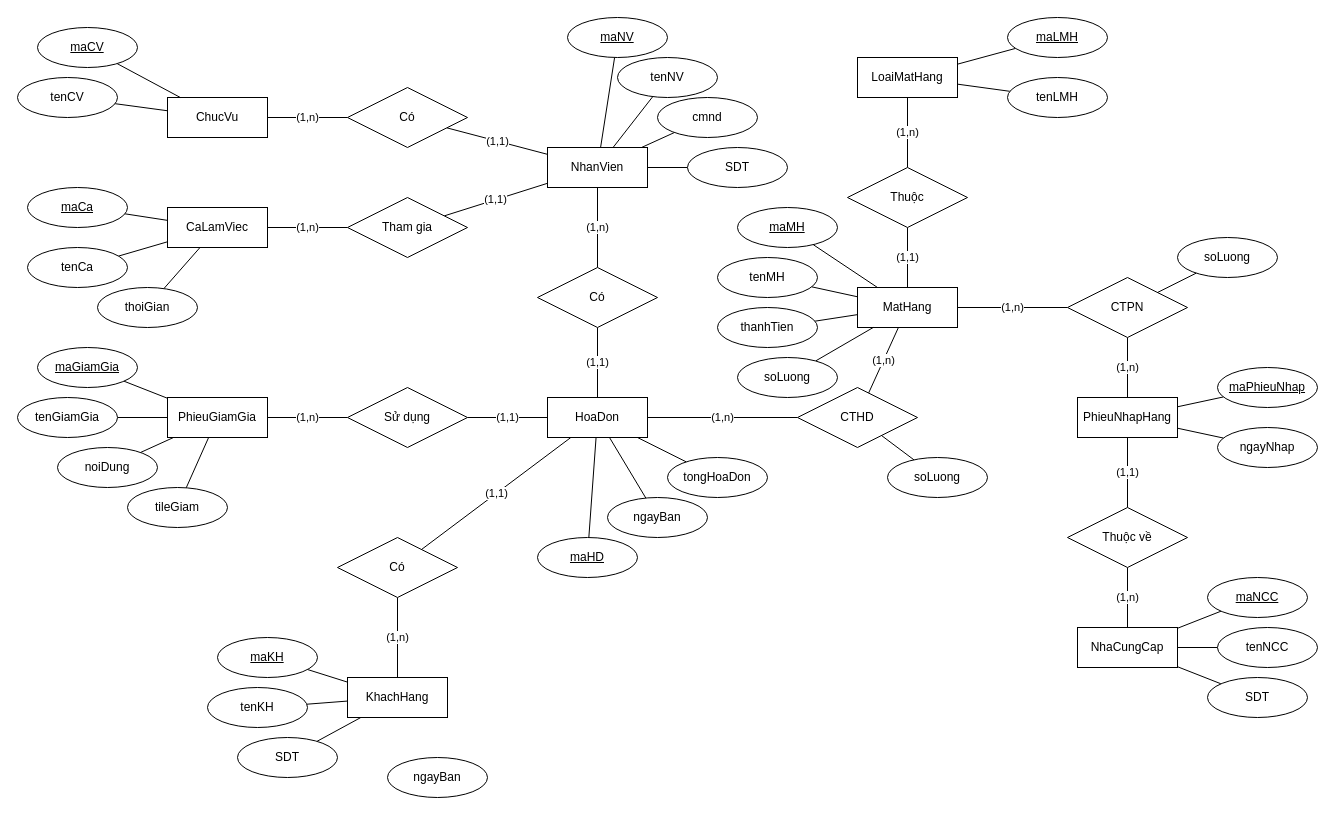
Above: DIG_ERD.drawio in EdgarIgnite16/OOAD-Project (draw.io), before the change. Source tidied: cells renumbered, new cells numbered last; positions are measured from the earlier drawing's top-left corner, leaving out a move shared by most shapes. Both pictures are drawn from the tidied source at 100%, with x=0, y=0 at pixel (17, 17).
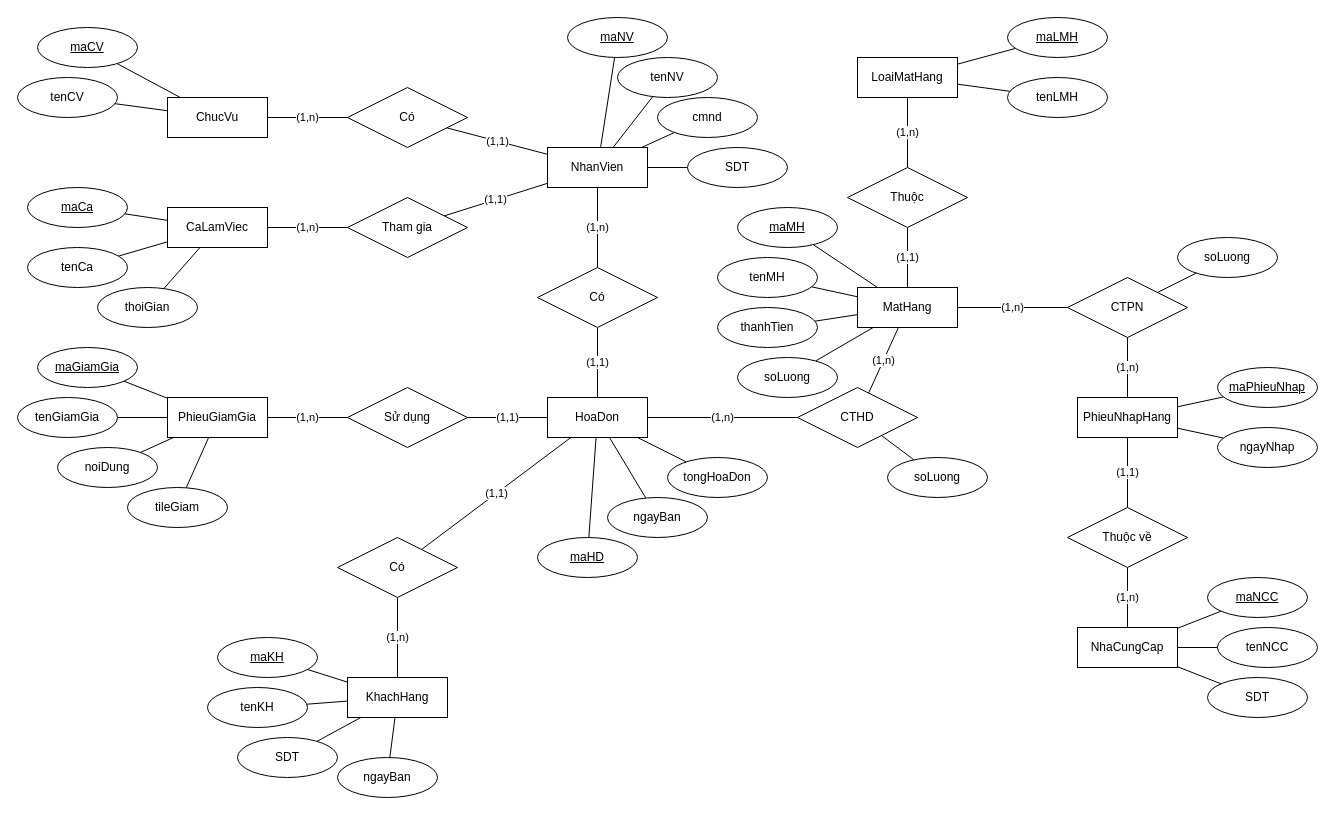
After the change.

Commit message (it also covers changes not shown here):
update phần hiện tại của lộc

Unchanged cells that the change refers to:
```xml
<mxCell id="7" value="KhachHang" style="whiteSpace=wrap;html=1;align=center;" parent="1" vertex="1">
  <mxGeometry x="330" y="660" width="100" height="40" as="geometry" />
</mxCell>
```

What changed in the source:
```diff
@@
     <mxCell id="81" value="ngayBan" style="ellipse;whiteSpace=wrap;html=1;align=center;" parent="1" vertex="1">
-      <mxGeometry x="370" y="740" width="100" height="40" as="geometry" />
+      <mxGeometry x="320" y="740" width="100" height="40" as="geometry" />
     </mxCell>
@@
+    <mxCell id="105" style="edgeStyle=none;rounded=0;jettySize=auto;html=1;endArrow=none;endFill=0;" parent="1" edge="1" source="81" target="7">
+      <mxGeometry relative="1" as="geometry" />
+    </mxCell>
```
